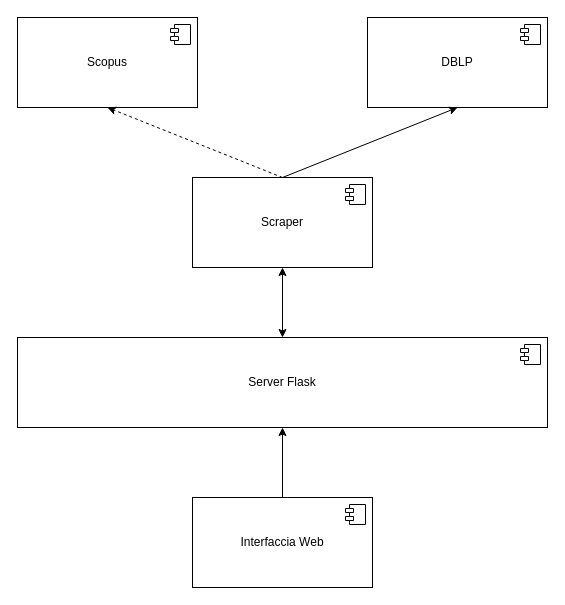
GianvincenzoConcia/CitationAnalyzer keeps this draw.io diagram as ProjectOrganization/CitationAnalyzer.drawio. Above is the earlier version. Source tidied: cells renumbered, new cells numbered last; positions are measured from the earlier drawing's top-left corner, leaving out a move shared by most shapes. Both pictures are drawn from the tidied source at 100%, with x=0, y=0 at pixel (17, 17).
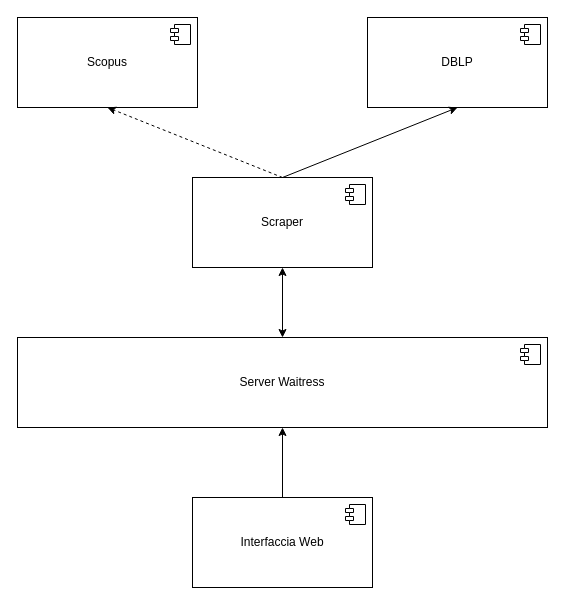
The same page after the edit.

Commit message (it also covers changes not shown here):
component diagram

What changed in the source:
```diff
@@
 <mxGraphModel>
   <root>
     <mxCell id="0" />
     <mxCell id="1" parent="0" />
     <mxCell id="2" value="Scraper" style="html=1;whiteSpace=wrap;" parent="1" vertex="1">
       <mxGeometry x="175" y="160" width="180" height="90" as="geometry" />
     </mxCell>
     <mxCell id="3" style="shape=module;jettyWidth=8;jettyHeight=4;" parent="2" vertex="1">
       <mxGeometry x="1" width="20" height="20" relative="1" as="geometry">
         <mxPoint x="-27" y="7" as="offset" />
       </mxGeometry>
     </mxCell>
     <mxCell id="4" value="DBLP" style="html=1;whiteSpace=wrap;" parent="1" vertex="1">
       <mxGeometry x="350" width="180" height="90" as="geometry" />
     </mxCell>
     <mxCell id="5" style="shape=module;jettyWidth=8;jettyHeight=4;" parent="4" vertex="1">
       <mxGeometry x="1" width="20" height="20" relative="1" as="geometry">
         <mxPoint x="-27" y="7" as="offset" />
       </mxGeometry>
     </mxCell>
     <mxCell id="6" value="Scopus" style="html=1;whiteSpace=wrap;" parent="1" vertex="1">
       <mxGeometry width="180" height="90" as="geometry" />
     </mxCell>
     <mxCell id="7" style="shape=module;jettyWidth=8;jettyHeight=4;" parent="6" vertex="1">
       <mxGeometry x="1" width="20" height="20" relative="1" as="geometry">
         <mxPoint x="-27" y="7" as="offset" />
       </mxGeometry>
     </mxCell>
     <mxCell id="8" style="endArrow=classic;html=1;rounded=0;entryX=0.5;entryY=1;entryDx=0;entryDy=0;dashed=1;" parent="1" edge="1" target="6">
       <mxGeometry relative="1" as="geometry">
         <mxPoint x="265" y="160" as="sourcePoint" />
       </mxGeometry>
     </mxCell>
-    <mxCell id="9" value="Server Flask" style="html=1;whiteSpace=wrap;" parent="1" vertex="1">
+    <mxCell id="9" value="Server Waitress" style="html=1;whiteSpace=wrap;" parent="1" vertex="1">
       <mxGeometry y="320" width="530" height="90" as="geometry" />
     </mxCell>
     <mxCell id="10" style="shape=module;jettyWidth=8;jettyHeight=4;" parent="9" vertex="1">
       <mxGeometry x="1" width="20" height="20" relative="1" as="geometry">
         <mxPoint x="-27" y="7" as="offset" />
       </mxGeometry>
     </mxCell>
     <mxCell id="11" value="Interfaccia Web" style="html=1;whiteSpace=wrap;" parent="1" vertex="1">
       <mxGeometry x="175" y="480" width="180" height="90" as="geometry" />
     </mxCell>
     <mxCell id="12" style="shape=module;jettyWidth=8;jettyHeight=4;" parent="11" vertex="1">
       <mxGeometry x="1" width="20" height="20" relative="1" as="geometry">
         <mxPoint x="-27" y="7" as="offset" />
       </mxGeometry>
     </mxCell>
     <mxCell id="13" style="endArrow=classic;startArrow=classic;html=1;rounded=0;entryX=0.5;entryY=1;entryDx=0;entryDy=0;exitX=0.5;exitY=0;exitDx=0;exitDy=0;" parent="1" edge="1" source="9" target="2">
       <mxGeometry relative="1" as="geometry" />
     </mxCell>
     <mxCell id="14" style="endArrow=classic;html=1;rounded=0;entryX=0.5;entryY=1;entryDx=0;entryDy=0;exitX=0.5;exitY=0;exitDx=0;exitDy=0;" parent="1" edge="1" source="2" target="4">
       <mxGeometry relative="1" as="geometry" />
     </mxCell>
     <mxCell id="15" style="endArrow=classic;html=1;rounded=0;exitX=0.5;exitY=0;exitDx=0;exitDy=0;" parent="1" edge="1" source="11" target="9">
       <mxGeometry relative="1" as="geometry" />
     </mxCell>
   </root>
 </mxGraphModel>
```
